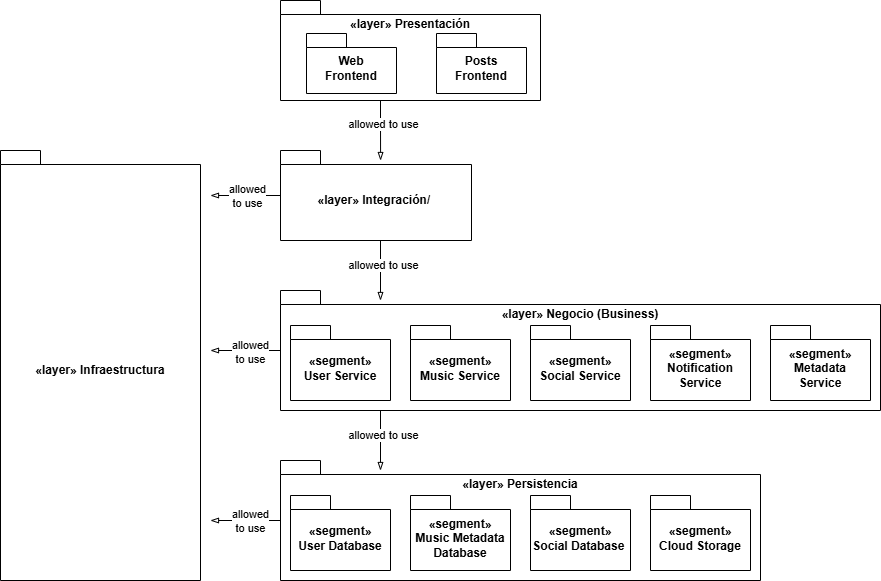
Earlier version of the draw.io export Diagrama_Capas.png (JulianAVG64/MusicShare). Source tidied: cells renumbered, new cells last; positions are measured from the earlier drawing's top-left corner, leaving out a move shared by most shapes. The source it was exported from:
```xml
<mxGraphModel>
  <root>
    <mxCell id="0" />
    <mxCell id="1" parent="0" />
    <mxCell id="2" style="edgeStyle=orthogonalEdgeStyle;rounded=0;jettySize=auto;html=1;entryX=0.524;entryY=0.111;entryDx=0;entryDy=0;entryPerimeter=0;endArrow=blockThin;endFill=0;" parent="1" edge="1" source="4" target="7">
      <mxGeometry relative="1" as="geometry">
        <Array as="points">
          <mxPoint x="380" y="120" />
          <mxPoint x="380" y="120" />
        </Array>
      </mxGeometry>
    </mxCell>
    <mxCell id="3" value="allowed to use" style="edgeLabel;html=1;align=center;verticalAlign=middle;" parent="2" vertex="1">
      <mxGeometry x="-0.2" y="2" relative="1" as="geometry" />
    </mxCell>
    <mxCell id="4" value="«layer» Presentación" style="shape=folder;fontStyle=1;spacingTop=10;tabWidth=40;tabHeight=14;tabPosition=left;html=1;whiteSpace=wrap;verticalAlign=top;" parent="1" vertex="1">
      <mxGeometry x="280" width="260" height="100" as="geometry" />
    </mxCell>
    <mxCell id="5" style="edgeStyle=orthogonalEdgeStyle;rounded=0;jettySize=auto;html=1;endArrow=blockThin;endFill=0;" parent="1" edge="1" source="7">
      <mxGeometry relative="1" as="geometry">
        <mxPoint x="210" y="195" as="targetPoint" />
      </mxGeometry>
    </mxCell>
    <mxCell id="6" value="allowed&lt;div&gt;to use&lt;/div&gt;" style="edgeLabel;html=1;align=center;verticalAlign=middle;" parent="5" vertex="1">
      <mxGeometry x="-0.03" relative="1" as="geometry" />
    </mxCell>
    <mxCell id="7" value="«layer» Integración/&amp;nbsp;" style="shape=folder;fontStyle=1;spacingTop=10;tabWidth=40;tabHeight=14;tabPosition=left;html=1;whiteSpace=wrap;verticalAlign=middle;" parent="1" vertex="1">
      <mxGeometry x="280" y="150" width="191" height="90" as="geometry" />
    </mxCell>
    <mxCell id="8" style="edgeStyle=orthogonalEdgeStyle;rounded=0;jettySize=auto;html=1;endArrow=blockThin;endFill=0;" parent="1" edge="1" source="10">
      <mxGeometry relative="1" as="geometry">
        <mxPoint x="210" y="350" as="targetPoint" />
      </mxGeometry>
    </mxCell>
    <mxCell id="9" value="allowed&lt;div&gt;to use&lt;/div&gt;" style="edgeLabel;html=1;align=center;verticalAlign=middle;" parent="8" vertex="1">
      <mxGeometry x="-0.11" y="1" relative="1" as="geometry" />
    </mxCell>
    <mxCell id="10" value="«layer» Negocio (Business)" style="shape=folder;fontStyle=1;spacingTop=10;tabWidth=40;tabHeight=14;tabPosition=left;html=1;whiteSpace=wrap;verticalAlign=top;" parent="1" vertex="1">
      <mxGeometry x="280" y="290" width="600" height="120" as="geometry" />
    </mxCell>
    <mxCell id="11" style="edgeStyle=orthogonalEdgeStyle;rounded=0;jettySize=auto;html=1;endArrow=blockThin;endFill=0;" parent="1" edge="1" source="13">
      <mxGeometry relative="1" as="geometry">
        <mxPoint x="210" y="520" as="targetPoint" />
      </mxGeometry>
    </mxCell>
    <mxCell id="12" value="allowed&lt;div&gt;to use&lt;/div&gt;" style="edgeLabel;html=1;align=center;verticalAlign=middle;" parent="11" vertex="1">
      <mxGeometry x="-0.11" relative="1" as="geometry" />
    </mxCell>
    <mxCell id="13" value="«layer» Persistencia" style="shape=folder;fontStyle=1;spacingTop=10;tabWidth=40;tabHeight=14;tabPosition=left;html=1;whiteSpace=wrap;verticalAlign=top;" parent="1" vertex="1">
      <mxGeometry x="280" y="460" width="480" height="120" as="geometry" />
    </mxCell>
    <mxCell id="14" value="«layer» Infraestructura" style="shape=folder;fontStyle=1;spacingTop=10;tabWidth=40;tabHeight=14;tabPosition=left;html=1;whiteSpace=wrap;verticalAlign=middle;" parent="1" vertex="1">
      <mxGeometry y="150" width="200" height="430" as="geometry" />
    </mxCell>
    <mxCell id="15" value="Web&lt;div&gt;Frontend&lt;/div&gt;" style="shape=folder;fontStyle=1;spacingTop=10;tabWidth=40;tabHeight=14;tabPosition=left;html=1;whiteSpace=wrap;" parent="1" vertex="1">
      <mxGeometry x="306" y="33" width="90" height="60" as="geometry" />
    </mxCell>
    <mxCell id="16" value="Posts&lt;div&gt;Frontend&lt;/div&gt;" style="shape=folder;fontStyle=1;spacingTop=10;tabWidth=40;tabHeight=14;tabPosition=left;html=1;whiteSpace=wrap;" parent="1" vertex="1">
      <mxGeometry x="436" y="33" width="90" height="60" as="geometry" />
    </mxCell>
    <mxCell id="17" value="«segment»&lt;div&gt;User Service&lt;/div&gt;" style="shape=folder;fontStyle=1;spacingTop=10;tabWidth=40;tabHeight=14;tabPosition=left;html=1;whiteSpace=wrap;" parent="1" vertex="1">
      <mxGeometry x="290" y="325" width="100" height="75" as="geometry" />
    </mxCell>
    <mxCell id="18" value="«segment»&lt;div&gt;Music Service&lt;/div&gt;" style="shape=folder;fontStyle=1;spacingTop=10;tabWidth=40;tabHeight=14;tabPosition=left;html=1;whiteSpace=wrap;" parent="1" vertex="1">
      <mxGeometry x="410" y="325" width="100" height="75" as="geometry" />
    </mxCell>
    <mxCell id="19" value="«segment»&lt;div&gt;Social Service&lt;/div&gt;" style="shape=folder;fontStyle=1;spacingTop=10;tabWidth=40;tabHeight=14;tabPosition=left;html=1;whiteSpace=wrap;" parent="1" vertex="1">
      <mxGeometry x="530" y="325" width="100" height="75" as="geometry" />
    </mxCell>
    <mxCell id="20" value="«segment»&lt;div&gt;Notification Service&lt;/div&gt;" style="shape=folder;fontStyle=1;spacingTop=10;tabWidth=40;tabHeight=14;tabPosition=left;html=1;whiteSpace=wrap;" parent="1" vertex="1">
      <mxGeometry x="650" y="325" width="100" height="75" as="geometry" />
    </mxCell>
    <mxCell id="21" value="«segment»&lt;div&gt;Metadata Service&lt;/div&gt;" style="shape=folder;fontStyle=1;spacingTop=10;tabWidth=40;tabHeight=14;tabPosition=left;html=1;whiteSpace=wrap;" parent="1" vertex="1">
      <mxGeometry x="770" y="325" width="100" height="75" as="geometry" />
    </mxCell>
    <mxCell id="22" value="«segment»&lt;div&gt;User Database&lt;/div&gt;" style="shape=folder;fontStyle=1;spacingTop=10;tabWidth=40;tabHeight=14;tabPosition=left;html=1;whiteSpace=wrap;" parent="1" vertex="1">
      <mxGeometry x="290" y="495" width="100" height="75" as="geometry" />
    </mxCell>
    <mxCell id="23" value="«segment»&lt;div&gt;Music Metadata Database&lt;/div&gt;" style="shape=folder;fontStyle=1;spacingTop=10;tabWidth=40;tabHeight=14;tabPosition=left;html=1;whiteSpace=wrap;" parent="1" vertex="1">
      <mxGeometry x="410" y="495" width="100" height="75" as="geometry" />
    </mxCell>
    <mxCell id="24" value="«segment»&lt;div&gt;Social&amp;nbsp;Database&amp;nbsp;&lt;/div&gt;" style="shape=folder;fontStyle=1;spacingTop=10;tabWidth=40;tabHeight=14;tabPosition=left;html=1;whiteSpace=wrap;" parent="1" vertex="1">
      <mxGeometry x="530" y="495" width="100" height="75" as="geometry" />
    </mxCell>
    <mxCell id="25" value="«segment»&lt;div&gt;Cloud Storage&lt;/div&gt;" style="shape=folder;fontStyle=1;spacingTop=10;tabWidth=40;tabHeight=14;tabPosition=left;html=1;whiteSpace=wrap;" parent="1" vertex="1">
      <mxGeometry x="650" y="495" width="100" height="75" as="geometry" />
    </mxCell>
    <mxCell id="26" style="edgeStyle=orthogonalEdgeStyle;rounded=0;orthogonalLoop=1;jettySize=auto;html=1;entryX=0.524;entryY=0.111;entryDx=0;entryDy=0;entryPerimeter=0;endArrow=blockThin;endFill=0;" parent="1" edge="1">
      <mxGeometry relative="1" as="geometry">
        <mxPoint x="380" y="240" as="sourcePoint" />
        <mxPoint x="380" y="300" as="targetPoint" />
        <Array as="points">
          <mxPoint x="380" y="260" />
          <mxPoint x="380" y="260" />
        </Array>
      </mxGeometry>
    </mxCell>
    <mxCell id="27" value="allowed to use" style="edgeLabel;html=1;align=center;verticalAlign=middle;" parent="26" vertex="1">
      <mxGeometry x="-0.2" y="2" relative="1" as="geometry" />
    </mxCell>
    <mxCell id="28" style="edgeStyle=orthogonalEdgeStyle;rounded=0;orthogonalLoop=1;jettySize=auto;html=1;entryX=0.524;entryY=0.111;entryDx=0;entryDy=0;entryPerimeter=0;endArrow=blockThin;endFill=0;" parent="1" edge="1">
      <mxGeometry relative="1" as="geometry">
        <mxPoint x="380" y="410" as="sourcePoint" />
        <mxPoint x="380" y="470" as="targetPoint" />
        <Array as="points">
          <mxPoint x="380" y="430" />
          <mxPoint x="380" y="430" />
        </Array>
      </mxGeometry>
    </mxCell>
    <mxCell id="29" value="allowed to use" style="edgeLabel;html=1;align=center;verticalAlign=middle;" parent="28" vertex="1">
      <mxGeometry x="-0.2" y="2" relative="1" as="geometry" />
    </mxCell>
  </root>
</mxGraphModel>
```
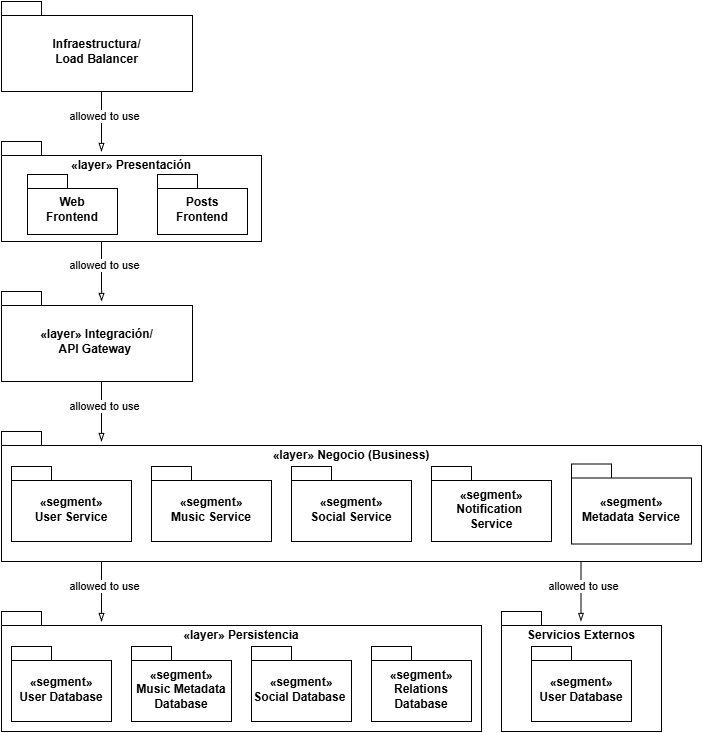
After the commit.

Diff of the diagram source:
```diff
@@ -5,8 +5,8 @@
     <mxCell id="2" style="edgeStyle=orthogonalEdgeStyle;rounded=0;jettySize=auto;html=1;entryX=0.524;entryY=0.111;entryDx=0;entryDy=0;entryPerimeter=0;endArrow=blockThin;endFill=0;" parent="1" edge="1" source="4" target="7">
       <mxGeometry relative="1" as="geometry">
         <Array as="points">
-          <mxPoint x="380" y="120" />
-          <mxPoint x="380" y="120" />
+          <mxPoint x="380" y="290" />
+          <mxPoint x="380" y="290" />
         </Array>
       </mxGeometry>
     </mxCell>
@@ -14,84 +14,57 @@
       <mxGeometry x="-0.2" y="2" relative="1" as="geometry" />
     </mxCell>
     <mxCell id="4" value="«layer» Presentación" style="shape=folder;fontStyle=1;spacingTop=10;tabWidth=40;tabHeight=14;tabPosition=left;html=1;whiteSpace=wrap;verticalAlign=top;" parent="1" vertex="1">
-      <mxGeometry x="280" width="260" height="100" as="geometry" />
+      <mxGeometry x="280" y="170" width="260" height="100" as="geometry" />
     </mxCell>
-    <mxCell id="5" style="edgeStyle=orthogonalEdgeStyle;rounded=0;jettySize=auto;html=1;endArrow=blockThin;endFill=0;" parent="1" edge="1" source="7">
-      <mxGeometry relative="1" as="geometry">
-        <mxPoint x="210" y="195" as="targetPoint" />
-      </mxGeometry>
-    </mxCell>
-    <mxCell id="6" value="allowed&lt;div&gt;to use&lt;/div&gt;" style="edgeLabel;html=1;align=center;verticalAlign=middle;" parent="5" vertex="1">
-      <mxGeometry x="-0.03" relative="1" as="geometry" />
-    </mxCell>
-    <mxCell id="7" value="«layer» Integración/&amp;nbsp;" style="shape=folder;fontStyle=1;spacingTop=10;tabWidth=40;tabHeight=14;tabPosition=left;html=1;whiteSpace=wrap;verticalAlign=middle;" parent="1" vertex="1">
-      <mxGeometry x="280" y="150" width="191" height="90" as="geometry" />
+    <mxCell id="7" value="«layer» Integración/&lt;div&gt;&lt;span style=&quot;background-color: transparent; color: light-dark(rgb(0, 0, 0), rgb(255, 255, 255));&quot;&gt;API Gateway&amp;nbsp;&lt;/span&gt;&lt;/div&gt;" style="shape=folder;fontStyle=1;spacingTop=10;tabWidth=40;tabHeight=14;tabPosition=left;html=1;whiteSpace=wrap;verticalAlign=middle;" parent="1" vertex="1">
+      <mxGeometry x="280" y="320" width="191" height="90" as="geometry" />
     </mxCell>
-    <mxCell id="8" style="edgeStyle=orthogonalEdgeStyle;rounded=0;jettySize=auto;html=1;endArrow=blockThin;endFill=0;" parent="1" edge="1" source="10">
-      <mxGeometry relative="1" as="geometry">
-        <mxPoint x="210" y="350" as="targetPoint" />
-      </mxGeometry>
-    </mxCell>
-    <mxCell id="9" value="allowed&lt;div&gt;to use&lt;/div&gt;" style="edgeLabel;html=1;align=center;verticalAlign=middle;" parent="8" vertex="1">
-      <mxGeometry x="-0.11" y="1" relative="1" as="geometry" />
-    </mxCell>
     <mxCell id="10" value="«layer» Negocio (Business)" style="shape=folder;fontStyle=1;spacingTop=10;tabWidth=40;tabHeight=14;tabPosition=left;html=1;whiteSpace=wrap;verticalAlign=top;" parent="1" vertex="1">
-      <mxGeometry x="280" y="290" width="600" height="120" as="geometry" />
+      <mxGeometry x="280" y="460" width="700" height="130" as="geometry" />
     </mxCell>
-    <mxCell id="11" style="edgeStyle=orthogonalEdgeStyle;rounded=0;jettySize=auto;html=1;endArrow=blockThin;endFill=0;" parent="1" edge="1" source="13">
-      <mxGeometry relative="1" as="geometry">
-        <mxPoint x="210" y="520" as="targetPoint" />
-      </mxGeometry>
-    </mxCell>
-    <mxCell id="12" value="allowed&lt;div&gt;to use&lt;/div&gt;" style="edgeLabel;html=1;align=center;verticalAlign=middle;" parent="11" vertex="1">
-      <mxGeometry x="-0.11" relative="1" as="geometry" />
-    </mxCell>
     <mxCell id="13" value="«layer» Persistencia" style="shape=folder;fontStyle=1;spacingTop=10;tabWidth=40;tabHeight=14;tabPosition=left;html=1;whiteSpace=wrap;verticalAlign=top;" parent="1" vertex="1">
-      <mxGeometry x="280" y="460" width="480" height="120" as="geometry" />
+      <mxGeometry x="280" y="640" width="480" height="120" as="geometry" />
     </mxCell>
-    <mxCell id="14" value="«layer» Infraestructura" style="shape=folder;fontStyle=1;spacingTop=10;tabWidth=40;tabHeight=14;tabPosition=left;html=1;whiteSpace=wrap;verticalAlign=middle;" parent="1" vertex="1">
-      <mxGeometry y="150" width="200" height="430" as="geometry" />
-    </mxCell>
     <mxCell id="15" value="Web&lt;div&gt;Frontend&lt;/div&gt;" style="shape=folder;fontStyle=1;spacingTop=10;tabWidth=40;tabHeight=14;tabPosition=left;html=1;whiteSpace=wrap;" parent="1" vertex="1">
-      <mxGeometry x="306" y="33" width="90" height="60" as="geometry" />
+      <mxGeometry x="306" y="203" width="90" height="60" as="geometry" />
     </mxCell>
     <mxCell id="16" value="Posts&lt;div&gt;Frontend&lt;/div&gt;" style="shape=folder;fontStyle=1;spacingTop=10;tabWidth=40;tabHeight=14;tabPosition=left;html=1;whiteSpace=wrap;" parent="1" vertex="1">
-      <mxGeometry x="436" y="33" width="90" height="60" as="geometry" />
+      <mxGeometry x="436" y="203" width="90" height="60" as="geometry" />
     </mxCell>
-    <mxCell id="17" value="«segment»&lt;div&gt;User Service&lt;/div&gt;" style="shape=folder;fontStyle=1;spacingTop=10;tabWidth=40;tabHeight=14;tabPosition=left;html=1;whiteSpace=wrap;" parent="1" vertex="1">
-      <mxGeometry x="290" y="325" width="100" height="75" as="geometry" />
+    <mxCell id="17" value="«segment»&lt;div&gt;User Service&lt;/div&gt;" style="shape=folder;fontStyle=1;spacingTop=10;tabWidth=40;tabHeight=14;tabPosition=left;html=1;whiteSpace=wrap;verticalAlign=middle;align=center;" parent="1" vertex="1">
+      <mxGeometry x="290" y="495" width="120" height="75" as="geometry" />
     </mxCell>
-    <mxCell id="18" value="«segment»&lt;div&gt;Music Service&lt;/div&gt;" style="shape=folder;fontStyle=1;spacingTop=10;tabWidth=40;tabHeight=14;tabPosition=left;html=1;whiteSpace=wrap;" parent="1" vertex="1">
-      <mxGeometry x="410" y="325" width="100" height="75" as="geometry" />
+    <mxCell id="18" value="«segment»&lt;div&gt;Music Service&lt;/div&gt;" style="shape=folder;fontStyle=1;spacingTop=10;tabWidth=40;tabHeight=14;tabPosition=left;html=1;whiteSpace=wrap;verticalAlign=middle;align=center;" parent="1" vertex="1">
+      <mxGeometry x="430" y="495" width="120" height="75" as="geometry" />
     </mxCell>
-    <mxCell id="19" value="«segment»&lt;div&gt;Social Service&lt;/div&gt;" style="shape=folder;fontStyle=1;spacingTop=10;tabWidth=40;tabHeight=14;tabPosition=left;html=1;whiteSpace=wrap;" parent="1" vertex="1">
-      <mxGeometry x="530" y="325" width="100" height="75" as="geometry" />
+    <mxCell id="19" value="«segment»&lt;div&gt;Social Service&lt;/div&gt;" style="shape=folder;fontStyle=1;spacingTop=10;tabWidth=40;tabHeight=14;tabPosition=left;html=1;whiteSpace=wrap;verticalAlign=middle;align=center;" parent="1" vertex="1">
+      <mxGeometry x="570" y="495" width="120" height="75" as="geometry" />
     </mxCell>
-    <mxCell id="20" value="«segment»&lt;div&gt;Notification Service&lt;/div&gt;" style="shape=folder;fontStyle=1;spacingTop=10;tabWidth=40;tabHeight=14;tabPosition=left;html=1;whiteSpace=wrap;" parent="1" vertex="1">
-      <mxGeometry x="650" y="325" width="100" height="75" as="geometry" />
+    <mxCell id="20" value="«segment»&lt;div&gt;Notification&amp;nbsp;&lt;/div&gt;&lt;div&gt;Service&lt;/div&gt;" style="shape=folder;fontStyle=1;spacingTop=10;tabWidth=40;tabHeight=14;tabPosition=left;html=1;whiteSpace=wrap;verticalAlign=middle;align=center;" parent="1" vertex="1">
+      <mxGeometry x="710" y="495" width="120" height="75" as="geometry" />
     </mxCell>
-    <mxCell id="21" value="«segment»&lt;div&gt;Metadata Service&lt;/div&gt;" style="shape=folder;fontStyle=1;spacingTop=10;tabWidth=40;tabHeight=14;tabPosition=left;html=1;whiteSpace=wrap;" parent="1" vertex="1">
-      <mxGeometry x="770" y="325" width="100" height="75" as="geometry" />
+    <mxCell id="21" value="«segment»&lt;div&gt;Metadata Service&lt;/div&gt;" style="shape=folder;fontStyle=1;spacingTop=10;tabWidth=40;tabHeight=14;tabPosition=left;html=1;whiteSpace=wrap;verticalAlign=middle;align=center;" parent="1" vertex="1">
+      <mxGeometry x="850" y="492.5" width="120" height="80" as="geometry" />
     </mxCell>
     <mxCell id="22" value="«segment»&lt;div&gt;User Database&lt;/div&gt;" style="shape=folder;fontStyle=1;spacingTop=10;tabWidth=40;tabHeight=14;tabPosition=left;html=1;whiteSpace=wrap;" parent="1" vertex="1">
-      <mxGeometry x="290" y="495" width="100" height="75" as="geometry" />
+      <mxGeometry x="290" y="675" width="100" height="75" as="geometry" />
     </mxCell>
     <mxCell id="23" value="«segment»&lt;div&gt;Music Metadata Database&lt;/div&gt;" style="shape=folder;fontStyle=1;spacingTop=10;tabWidth=40;tabHeight=14;tabPosition=left;html=1;whiteSpace=wrap;" parent="1" vertex="1">
-      <mxGeometry x="410" y="495" width="100" height="75" as="geometry" />
+      <mxGeometry x="410" y="675" width="100" height="75" as="geometry" />
     </mxCell>
     <mxCell id="24" value="«segment»&lt;div&gt;Social&amp;nbsp;Database&amp;nbsp;&lt;/div&gt;" style="shape=folder;fontStyle=1;spacingTop=10;tabWidth=40;tabHeight=14;tabPosition=left;html=1;whiteSpace=wrap;" parent="1" vertex="1">
-      <mxGeometry x="530" y="495" width="100" height="75" as="geometry" />
+      <mxGeometry x="530" y="675" width="100" height="75" as="geometry" />
     </mxCell>
-    <mxCell id="25" value="«segment»&lt;div&gt;Cloud Storage&lt;/div&gt;" style="shape=folder;fontStyle=1;spacingTop=10;tabWidth=40;tabHeight=14;tabPosition=left;html=1;whiteSpace=wrap;" parent="1" vertex="1">
-      <mxGeometry x="650" y="495" width="100" height="75" as="geometry" />
+    <mxCell id="25" value="«segment»&lt;div&gt;Relations Database&lt;/div&gt;" style="shape=folder;fontStyle=1;spacingTop=10;tabWidth=40;tabHeight=14;tabPosition=left;html=1;whiteSpace=wrap;" parent="1" vertex="1">
+      <mxGeometry x="650" y="675" width="100" height="75" as="geometry" />
     </mxCell>
     <mxCell id="26" style="edgeStyle=orthogonalEdgeStyle;rounded=0;orthogonalLoop=1;jettySize=auto;html=1;entryX=0.524;entryY=0.111;entryDx=0;entryDy=0;entryPerimeter=0;endArrow=blockThin;endFill=0;" parent="1" edge="1">
       <mxGeometry relative="1" as="geometry">
-        <mxPoint x="380" y="240" as="sourcePoint" />
-        <mxPoint x="380" y="300" as="targetPoint" />
+        <mxPoint x="380" y="410" as="sourcePoint" />
+        <mxPoint x="380" y="470" as="targetPoint" />
         <Array as="points">
-          <mxPoint x="380" y="260" />
-          <mxPoint x="380" y="260" />
+          <mxPoint x="380" y="430" />
+          <mxPoint x="380" y="430" />
         </Array>
       </mxGeometry>
     </mxCell>
@@ -100,16 +73,51 @@
     </mxCell>
     <mxCell id="28" style="edgeStyle=orthogonalEdgeStyle;rounded=0;orthogonalLoop=1;jettySize=auto;html=1;entryX=0.524;entryY=0.111;entryDx=0;entryDy=0;entryPerimeter=0;endArrow=blockThin;endFill=0;" parent="1" edge="1">
       <mxGeometry relative="1" as="geometry">
-        <mxPoint x="380" y="410" as="sourcePoint" />
-        <mxPoint x="380" y="470" as="targetPoint" />
+        <mxPoint x="380" y="590" as="sourcePoint" />
+        <mxPoint x="380" y="650" as="targetPoint" />
         <Array as="points">
-          <mxPoint x="380" y="430" />
-          <mxPoint x="380" y="430" />
+          <mxPoint x="380" y="610" />
+          <mxPoint x="380" y="610" />
         </Array>
       </mxGeometry>
     </mxCell>
     <mxCell id="29" value="allowed to use" style="edgeLabel;html=1;align=center;verticalAlign=middle;" parent="28" vertex="1">
       <mxGeometry x="-0.2" y="2" relative="1" as="geometry" />
     </mxCell>
+    <mxCell id="30" value="Infraestructura/&lt;div&gt;&lt;span style=&quot;background-color: transparent; color: light-dark(rgb(0, 0, 0), rgb(255, 255, 255));&quot;&gt;Load Balancer&lt;/span&gt;&lt;/div&gt;" style="shape=folder;fontStyle=1;spacingTop=10;tabWidth=40;tabHeight=14;tabPosition=left;html=1;whiteSpace=wrap;verticalAlign=middle;" parent="1" vertex="1">
+      <mxGeometry x="280" y="30" width="191" height="90" as="geometry" />
+    </mxCell>
+    <mxCell id="31" style="edgeStyle=orthogonalEdgeStyle;rounded=0;orthogonalLoop=1;jettySize=auto;html=1;entryX=0.524;entryY=0.111;entryDx=0;entryDy=0;entryPerimeter=0;endArrow=blockThin;endFill=0;" parent="1" edge="1">
+      <mxGeometry relative="1" as="geometry">
+        <mxPoint x="380" y="120" as="sourcePoint" />
+        <mxPoint x="380" y="180" as="targetPoint" />
+        <Array as="points">
+          <mxPoint x="380" y="140" />
+          <mxPoint x="380" y="140" />
+        </Array>
+      </mxGeometry>
+    </mxCell>
+    <mxCell id="32" value="allowed to use" style="edgeLabel;html=1;align=center;verticalAlign=middle;" parent="31" vertex="1">
+      <mxGeometry x="-0.2" y="2" relative="1" as="geometry" />
+    </mxCell>
+    <mxCell id="33" value="Servicios Externos" style="shape=folder;fontStyle=1;spacingTop=10;tabWidth=40;tabHeight=14;tabPosition=left;html=1;whiteSpace=wrap;verticalAlign=top;" parent="1" vertex="1">
+      <mxGeometry x="780" y="640" width="160" height="120" as="geometry" />
+    </mxCell>
+    <mxCell id="34" style="edgeStyle=orthogonalEdgeStyle;rounded=0;orthogonalLoop=1;jettySize=auto;html=1;entryX=0.524;entryY=0.111;entryDx=0;entryDy=0;entryPerimeter=0;endArrow=blockThin;endFill=0;" parent="1" edge="1">
+      <mxGeometry relative="1" as="geometry">
+        <mxPoint x="859.5" y="590" as="sourcePoint" />
+        <mxPoint x="859.5" y="650" as="targetPoint" />
+        <Array as="points">
+          <mxPoint x="859.5" y="610" />
+          <mxPoint x="859.5" y="610" />
+        </Array>
+      </mxGeometry>
+    </mxCell>
+    <mxCell id="35" value="allowed to use" style="edgeLabel;html=1;align=center;verticalAlign=middle;" parent="34" vertex="1">
+      <mxGeometry x="-0.2" y="2" relative="1" as="geometry" />
+    </mxCell>
+    <mxCell id="36" value="«segment»&lt;div&gt;User Database&lt;/div&gt;" style="shape=folder;fontStyle=1;spacingTop=10;tabWidth=40;tabHeight=14;tabPosition=left;html=1;whiteSpace=wrap;" parent="1" vertex="1">
+      <mxGeometry x="810" y="675" width="100" height="75" as="geometry" />
+    </mxCell>
   </root>
 </mxGraphModel>
```
